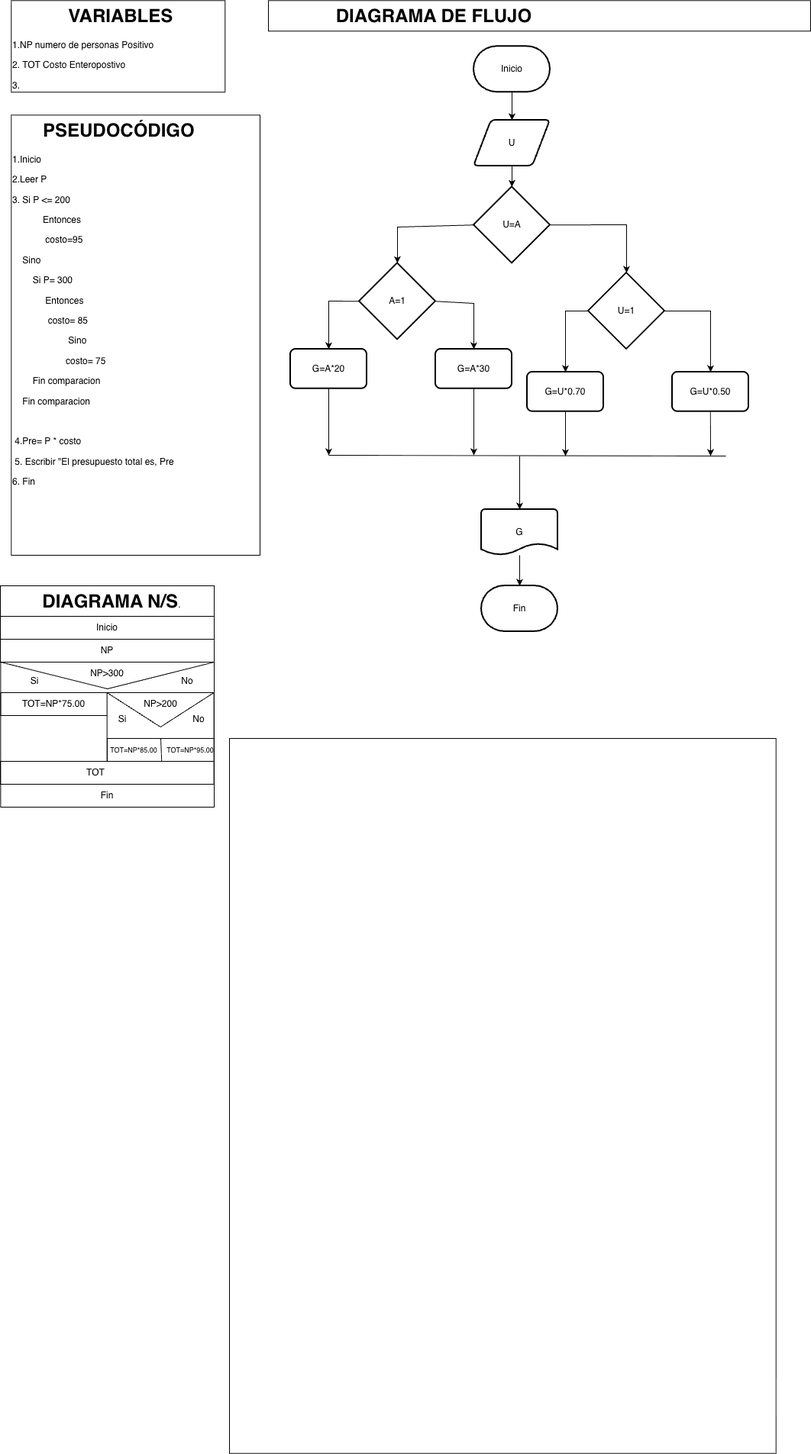
Before: Estructuras Selectivas/Copia de ejercicio_07_JoseIgnaciodrawio.png, a diagram exported from draw.io (josecontrerasu-bit/jicu). Source tidied: cells renumbered, new cells last; positions are measured from the earlier drawing's top-left corner, leaving out a move shared by most shapes.
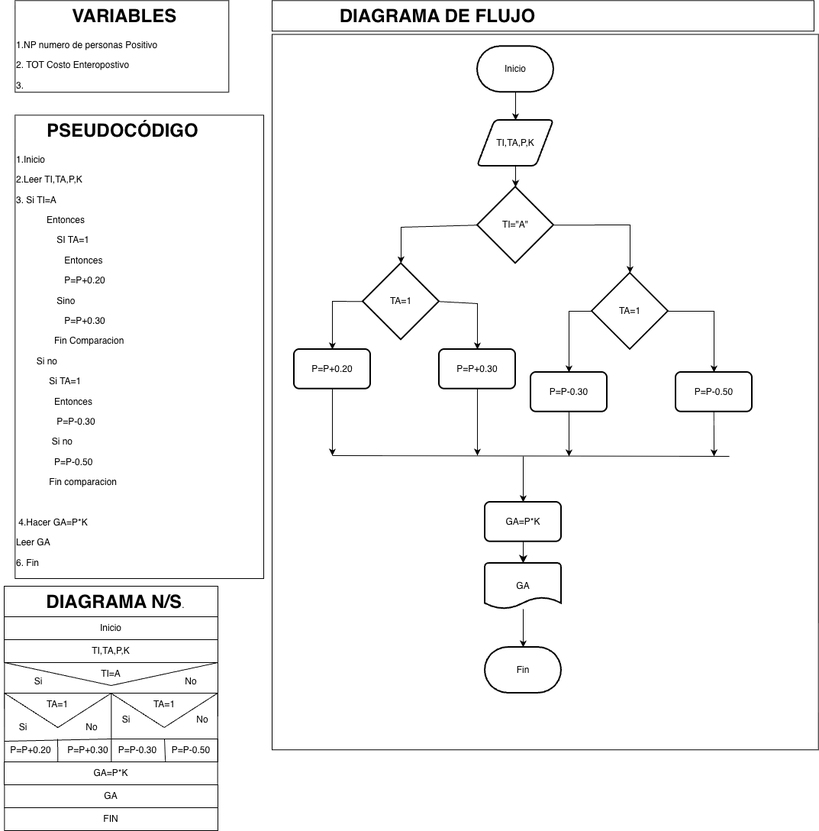
The same diagram one commit later.

Change to the diagram source:
```diff
@@ -3,10 +3,10 @@
     <mxCell id="0" />
     <mxCell id="1" parent="0" />
     <mxCell id="2" style="shape=message;html=1;html=1;labelPosition=center;verticalLabelPosition=bottom;align=center;verticalAlign=top;rotation=0;fillColor=none;" parent="1" vertex="1">
-      <mxGeometry x="0.4" y="867" width="279.6" height="70" as="geometry" />
+      <mxGeometry x="0.3" y="867" width="279.6" height="60" as="geometry" />
     </mxCell>
-    <mxCell id="3" value="&lt;h1 style=&quot;text-align: center; margin-top: 0px;&quot;&gt;&amp;nbsp; &amp;nbsp; &amp;nbsp; PSEUDOCÓDIGO&lt;/h1&gt;&lt;p&gt;1.Inicio&lt;/p&gt;&lt;p&gt;&lt;span style=&quot;background-color: transparent; color: light-dark(rgb(0, 0, 0), rgb(255, 255, 255));&quot;&gt;2.Leer P&lt;/span&gt;&lt;/p&gt;&lt;p&gt;3. Si P &amp;lt;= 200&amp;nbsp;&lt;/p&gt;&lt;p&gt;&amp;nbsp; &amp;nbsp; &amp;nbsp; &amp;nbsp; &amp;nbsp; &amp;nbsp; E&lt;span style=&quot;background-color: transparent; color: light-dark(rgb(0, 0, 0), rgb(255, 255, 255));&quot;&gt;ntonces&lt;/span&gt;&lt;/p&gt;&lt;p&gt;&amp;nbsp; &amp;nbsp; &amp;nbsp; &amp;nbsp; &amp;nbsp; &amp;nbsp; &amp;nbsp;costo=95&lt;/p&gt;&lt;p&gt;&amp;nbsp; &amp;nbsp; Sino&lt;/p&gt;&lt;p&gt;&amp;nbsp; &amp;nbsp; &amp;nbsp; &amp;nbsp; Si P= 300&amp;nbsp;&lt;/p&gt;&lt;p&gt;&lt;span style=&quot;background-color: transparent; color: light-dark(rgb(0, 0, 0), rgb(255, 255, 255));&quot;&gt;&amp;nbsp; &amp;nbsp; &amp;nbsp; &amp;nbsp; &amp;nbsp; &amp;nbsp; &amp;nbsp;Entonces&lt;/span&gt;&lt;/p&gt;&lt;p&gt;&amp;nbsp; &amp;nbsp; &amp;nbsp; &amp;nbsp; &amp;nbsp; &amp;nbsp; &amp;nbsp; costo= 85&lt;/p&gt;&lt;p&gt;&amp;nbsp; &amp;nbsp; &amp;nbsp; &amp;nbsp; &amp;nbsp; &amp;nbsp; &amp;nbsp; &amp;nbsp; &amp;nbsp; &amp;nbsp; &amp;nbsp; Sino&lt;/p&gt;&lt;p&gt;&amp;nbsp; &amp;nbsp; &amp;nbsp; &amp;nbsp; &amp;nbsp; &amp;nbsp; &amp;nbsp; &amp;nbsp; &amp;nbsp; &amp;nbsp; &amp;nbsp;costo= 75&lt;/p&gt;&lt;p&gt;&amp;nbsp; &amp;nbsp; &amp;nbsp; &amp;nbsp; Fin comparacion&amp;nbsp;&lt;/p&gt;&lt;p&gt;&amp;nbsp; &amp;nbsp; Fin comparacion&lt;/p&gt;&lt;p&gt;&lt;br&gt;&lt;/p&gt;&lt;p&gt;&amp;nbsp;4.Pre= P * costo&lt;/p&gt;&lt;p&gt;&lt;span style=&quot;background-color: transparent; color: light-dark(rgb(0, 0, 0), rgb(255, 255, 255));&quot;&gt;&amp;nbsp;5. Escribir &quot;El presupuesto total es, Pre&lt;/span&gt;&lt;/p&gt;&lt;p&gt;&lt;span style=&quot;background-color: transparent; color: light-dark(rgb(0, 0, 0), rgb(255, 255, 255));&quot;&gt;6. Fin&lt;/span&gt;&lt;/p&gt;&lt;p&gt;&lt;br&gt;&lt;/p&gt;" style="text;html=1;whiteSpace=wrap;overflow=hidden;rounded=0;perimeterSpacing=1;strokeColor=default;" parent="1" vertex="1">
-      <mxGeometry x="14.3" y="150.3" width="325.7" height="576.7" as="geometry" />
+    <mxCell id="3" value="&lt;h1 style=&quot;text-align: center; margin-top: 0px;&quot;&gt;&amp;nbsp; &amp;nbsp; &amp;nbsp; PSEUDOCÓDIGO&lt;/h1&gt;&lt;p&gt;1.Inicio&lt;/p&gt;&lt;p&gt;&lt;span style=&quot;background-color: transparent; color: light-dark(rgb(0, 0, 0), rgb(255, 255, 255));&quot;&gt;2.Leer TI,TA,P,K&lt;/span&gt;&lt;/p&gt;&lt;p&gt;3. Si TI=A&amp;nbsp;&lt;/p&gt;&lt;p&gt;&amp;nbsp; &amp;nbsp; &amp;nbsp; &amp;nbsp; &amp;nbsp; &amp;nbsp; E&lt;span style=&quot;background-color: transparent; color: light-dark(rgb(0, 0, 0), rgb(255, 255, 255));&quot;&gt;ntonces&lt;/span&gt;&lt;/p&gt;&lt;p&gt;&amp;nbsp; &amp;nbsp; &amp;nbsp; &amp;nbsp; &amp;nbsp; &amp;nbsp; &amp;nbsp; &amp;nbsp; SI TA=1&lt;/p&gt;&lt;p&gt;&amp;nbsp; &amp;nbsp; &amp;nbsp; &amp;nbsp; &amp;nbsp; &amp;nbsp; &amp;nbsp; &amp;nbsp; &amp;nbsp; &amp;nbsp;Entonces&lt;/p&gt;&lt;p&gt;&amp;nbsp; &amp;nbsp; &amp;nbsp; &amp;nbsp; &amp;nbsp; &amp;nbsp; &amp;nbsp; &amp;nbsp; &amp;nbsp; &amp;nbsp;P=P+0.20&lt;/p&gt;&lt;p&gt;&amp;nbsp; &amp;nbsp; &amp;nbsp; &amp;nbsp; &amp;nbsp; &amp;nbsp; &amp;nbsp; &amp;nbsp; Sino&lt;/p&gt;&lt;p&gt;&amp;nbsp; &amp;nbsp; &amp;nbsp; &amp;nbsp; &amp;nbsp; &amp;nbsp; &amp;nbsp; &amp;nbsp; &amp;nbsp; &amp;nbsp;P=P+0.30&lt;/p&gt;&lt;p&gt;&amp;nbsp; &amp;nbsp; &amp;nbsp; &amp;nbsp; &amp;nbsp; &amp;nbsp; &amp;nbsp; &amp;nbsp;Fin Comparacion&lt;/p&gt;&lt;p&gt;&amp;nbsp; &amp;nbsp; &amp;nbsp; &amp;nbsp; Si no&lt;/p&gt;&lt;p&gt;&amp;nbsp; &amp;nbsp; &amp;nbsp; &amp;nbsp; &amp;nbsp; &amp;nbsp; &amp;nbsp;Si TA=1&lt;/p&gt;&lt;p&gt;&amp;nbsp; &amp;nbsp; &amp;nbsp; &amp;nbsp; &amp;nbsp; &amp;nbsp; &amp;nbsp; &amp;nbsp;Entonces&lt;/p&gt;&lt;p&gt;&amp;nbsp; &amp;nbsp; &amp;nbsp; &amp;nbsp; &amp;nbsp; &amp;nbsp; &amp;nbsp; &amp;nbsp; P=P-0.30&lt;/p&gt;&lt;p&gt;&amp;nbsp; &amp;nbsp; &amp;nbsp; &amp;nbsp; &amp;nbsp; &amp;nbsp; &amp;nbsp; Si no&lt;/p&gt;&lt;p&gt;&amp;nbsp; &amp;nbsp; &amp;nbsp; &amp;nbsp; &amp;nbsp; &amp;nbsp; &amp;nbsp; &amp;nbsp;P=P-0.50&lt;/p&gt;&lt;p&gt;&amp;nbsp; &amp;nbsp; &amp;nbsp; &amp;nbsp; &amp;nbsp; &amp;nbsp; &amp;nbsp;Fin comparacion&lt;/p&gt;&lt;p&gt;&lt;br&gt;&lt;/p&gt;&lt;p&gt;&amp;nbsp;4.Hacer GA=P*K&lt;/p&gt;&lt;p&gt;Leer GA&lt;/p&gt;&lt;p&gt;&lt;span style=&quot;background-color: transparent; color: light-dark(rgb(0, 0, 0), rgb(255, 255, 255));&quot;&gt;6. Fin&lt;/span&gt;&lt;/p&gt;&lt;p&gt;&lt;br&gt;&lt;/p&gt;" style="text;html=1;whiteSpace=wrap;overflow=hidden;rounded=0;perimeterSpacing=1;strokeColor=default;" parent="1" vertex="1">
+      <mxGeometry x="14.3" y="150.3" width="325.7" height="606.7" as="geometry" />
     </mxCell>
     <mxCell id="4" value="&lt;h1 style=&quot;text-align: center; margin-top: 0px;&quot;&gt;&amp;nbsp; &amp;nbsp; &amp;nbsp; &amp;nbsp; &amp;nbsp; &amp;nbsp;VARIABLES&lt;/h1&gt;&lt;p&gt;1.NP numero de personas Positivo&lt;/p&gt;&lt;p&gt;2. TOT Costo Enteropostivo&lt;/p&gt;&lt;p&gt;3.&lt;/p&gt;&lt;p&gt;4.&lt;/p&gt;&lt;p&gt;5.&lt;/p&gt;&lt;p&gt;&lt;br&gt;&lt;/p&gt;" style="text;html=1;whiteSpace=wrap;overflow=hidden;rounded=0;perimeterSpacing=1;strokeColor=default;" parent="1" vertex="1">
       <mxGeometry x="14.3" y="0.3" width="280" height="120" as="geometry" />
@@ -17,29 +17,23 @@
     <mxCell id="6" value="Inicio" style="rounded=0;whiteSpace=wrap;html=1;fillColor=none;" parent="1" vertex="1">
       <mxGeometry y="807" width="280" height="30" as="geometry" />
     </mxCell>
-    <mxCell id="7" value="NP" style="rounded=0;whiteSpace=wrap;html=1;fillColor=none;" parent="1" vertex="1">
+    <mxCell id="7" value="TI,TA,P,K" style="rounded=0;whiteSpace=wrap;html=1;fillColor=none;" parent="1" vertex="1">
       <mxGeometry y="837" width="280" height="30" as="geometry" />
     </mxCell>
-    <mxCell id="8" style="rounded=0;whiteSpace=wrap;html=1;fillColor=none;" parent="1" vertex="1">
-      <mxGeometry x="0.3" y="937" width="279.6" height="90" as="geometry" />
-    </mxCell>
     <mxCell id="9" style="rounded=0;whiteSpace=wrap;html=1;fillColor=none;" parent="1" vertex="1">
       <mxGeometry y="997" width="279.6" height="30" as="geometry" />
     </mxCell>
-    <mxCell id="10" value="TOT=NP*75.00" style="rounded=0;whiteSpace=wrap;html=1;fillColor=none;" parent="1" vertex="1">
-      <mxGeometry x="0.4" y="907" width="140" height="30" as="geometry" />
-    </mxCell>
     <mxCell id="11" style="rounded=0;whiteSpace=wrap;html=1;fillColor=none;" parent="1" vertex="1">
       <mxGeometry x="140.4" y="907" width="139.7" height="30" as="geometry" />
     </mxCell>
-    <mxCell id="12" value="NP&amp;gt;300" style="text;html=1;whiteSpace=wrap;strokeColor=none;fillColor=none;align=center;verticalAlign=middle;rounded=0;" parent="1" vertex="1">
-      <mxGeometry x="105" y="867" width="70" height="30" as="geometry" />
+    <mxCell id="12" value="TI=A" style="text;html=1;whiteSpace=wrap;strokeColor=none;fillColor=none;align=center;verticalAlign=middle;rounded=0;" parent="1" vertex="1">
+      <mxGeometry x="115" y="867" width="50" height="30" as="geometry" />
     </mxCell>
     <mxCell id="13" value="&lt;h1 style=&quot;text-align: center; margin-top: 0px;&quot;&gt;&amp;nbsp; &amp;nbsp; &amp;nbsp; &amp;nbsp; &amp;nbsp; &amp;nbsp; &amp;nbsp;DIAGRAMA DE FLUJO&lt;/h1&gt;&lt;p&gt;&lt;br&gt;&lt;/p&gt;" style="text;html=1;whiteSpace=wrap;overflow=hidden;rounded=0;perimeterSpacing=1;strokeColor=default;" parent="1" vertex="1">
       <mxGeometry x="351" y="0.3" width="710" height="40" as="geometry" />
     </mxCell>
     <mxCell id="14" style="rounded=0;whiteSpace=wrap;html=1;fillColor=none;" parent="1" vertex="1">
-      <mxGeometry x="300" y="967" width="715.7" height="936.7" as="geometry" />
+      <mxGeometry x="351" y="44.5" width="715.7" height="936.7" as="geometry" />
     </mxCell>
     <mxCell id="15" style="edgeStyle=orthogonalEdgeStyle;rounded=0;jettySize=auto;html=1;" parent="1" edge="1" source="16" target="18">
       <mxGeometry relative="1" as="geometry" />
@@ -50,29 +44,29 @@
     <mxCell id="17" style="edgeStyle=orthogonalEdgeStyle;rounded=0;jettySize=auto;html=1;" parent="1" edge="1" source="18" target="19">
       <mxGeometry relative="1" as="geometry" />
     </mxCell>
-    <mxCell id="18" value="U" style="shape=parallelogram;html=1;strokeWidth=2;perimeter=parallelogramPerimeter;whiteSpace=wrap;rounded=1;arcSize=12;size=0.23;" parent="1" vertex="1">
+    <mxCell id="18" value="TI,TA,P,K" style="shape=parallelogram;html=1;strokeWidth=2;perimeter=parallelogramPerimeter;whiteSpace=wrap;rounded=1;arcSize=12;size=0.23;" parent="1" vertex="1">
       <mxGeometry x="620" y="157" width="100" height="60" as="geometry" />
     </mxCell>
-    <mxCell id="19" value="U=A" style="strokeWidth=2;html=1;shape=mxgraph.flowchart.decision;whiteSpace=wrap;" parent="1" vertex="1">
+    <mxCell id="19" value="TI=&quot;A&quot;" style="strokeWidth=2;html=1;shape=mxgraph.flowchart.decision;whiteSpace=wrap;" parent="1" vertex="1">
       <mxGeometry x="620" y="244.3" width="100" height="100" as="geometry" />
     </mxCell>
-    <mxCell id="20" value="U=1" style="strokeWidth=2;html=1;shape=mxgraph.flowchart.decision;whiteSpace=wrap;" parent="1" vertex="1">
+    <mxCell id="20" value="TA=1" style="strokeWidth=2;html=1;shape=mxgraph.flowchart.decision;whiteSpace=wrap;" parent="1" vertex="1">
       <mxGeometry x="770" y="357" width="100" height="100" as="geometry" />
     </mxCell>
-    <mxCell id="21" value="G=U*0.70" style="rounded=1;whiteSpace=wrap;html=1;absoluteArcSize=1;arcSize=14;strokeWidth=2;" parent="1" vertex="1">
+    <mxCell id="21" value="P=P-0.30" style="rounded=1;whiteSpace=wrap;html=1;absoluteArcSize=1;arcSize=14;strokeWidth=2;" parent="1" vertex="1">
       <mxGeometry x="690" y="487" width="100" height="51.7" as="geometry" />
     </mxCell>
-    <mxCell id="22" value="G=U*0.50" style="rounded=1;whiteSpace=wrap;html=1;absoluteArcSize=1;arcSize=14;strokeWidth=2;" parent="1" vertex="1">
+    <mxCell id="22" value="P=P-0.50" style="rounded=1;whiteSpace=wrap;html=1;absoluteArcSize=1;arcSize=14;strokeWidth=2;" parent="1" vertex="1">
       <mxGeometry x="880" y="487" width="100" height="51.7" as="geometry" />
     </mxCell>
     <mxCell id="23" style="edgeStyle=orthogonalEdgeStyle;rounded=0;jettySize=auto;html=1;" parent="1" edge="1" source="24" target="25">
       <mxGeometry relative="1" as="geometry" />
     </mxCell>
-    <mxCell id="24" value="G" style="strokeWidth=2;html=1;shape=mxgraph.flowchart.document2;whiteSpace=wrap;size=0.25;" parent="1" vertex="1">
-      <mxGeometry x="630" y="667" width="100" height="60" as="geometry" />
+    <mxCell id="24" value="GA" style="strokeWidth=2;html=1;shape=mxgraph.flowchart.document2;whiteSpace=wrap;size=0.25;" parent="1" vertex="1">
+      <mxGeometry x="630" y="737" width="100" height="60" as="geometry" />
     </mxCell>
     <mxCell id="25" value="Fin" style="strokeWidth=2;html=1;shape=mxgraph.flowchart.terminator;whiteSpace=wrap;" parent="1" vertex="1">
-      <mxGeometry x="630" y="767" width="100" height="60" as="geometry" />
+      <mxGeometry x="630" y="847" width="100" height="60" as="geometry" />
     </mxCell>
     <mxCell id="26" style="endArrow=classic;html=1;rounded=0;exitX=0;exitY=0.5;exitDx=0;exitDy=0;exitPerimeter=0;entryX=0.5;entryY=0;entryDx=0;entryDy=0;entryPerimeter=0;" parent="1" edge="1" source="19" target="52">
       <mxGeometry relative="1" as="geometry">
@@ -113,9 +107,10 @@
         <mxPoint x="930" y="597" as="targetPoint" />
       </mxGeometry>
     </mxCell>
-    <mxCell id="32" style="endArrow=classic;html=1;rounded=0;entryX=0.5;entryY=0;entryDx=0;entryDy=0;entryPerimeter=0;" parent="1" edge="1" target="24">
+    <mxCell id="32" style="endArrow=classic;html=1;rounded=0;" parent="1" edge="1">
       <mxGeometry relative="1" as="geometry">
         <mxPoint x="680" y="597" as="sourcePoint" />
+        <mxPoint x="680" y="657" as="targetPoint" />
         <Array as="points">
           <mxPoint x="680" y="627" />
         </Array>
@@ -139,28 +134,24 @@
     <mxCell id="38" value="Si" style="text;html=1;whiteSpace=wrap;strokeColor=none;fillColor=none;align=center;verticalAlign=middle;rounded=0;" parent="1" vertex="1">
       <mxGeometry x="145" y="927" width="30" height="30" as="geometry" />
     </mxCell>
-    <mxCell id="39" value="NP&amp;gt;200" style="text;html=1;whiteSpace=wrap;strokeColor=none;fillColor=none;align=center;verticalAlign=middle;rounded=0;" parent="1" vertex="1">
-      <mxGeometry x="175" y="907" width="70" height="30" as="geometry" />
+    <mxCell id="39" value="TA=1" style="text;html=1;whiteSpace=wrap;strokeColor=none;fillColor=none;align=center;verticalAlign=middle;rounded=0;" parent="1" vertex="1">
+      <mxGeometry x="185" y="907" width="50" height="30" as="geometry" />
     </mxCell>
-    <mxCell id="40" style="endArrow=none;html=1;rounded=0;exitX=0.5;exitY=0;exitDx=0;exitDy=0;entryX=0.903;entryY=1.014;entryDx=0;entryDy=0;entryPerimeter=0;" parent="1" edge="1" source="36" target="41">
-      <mxGeometry relative="1" as="geometry" />
+    <mxCell id="40" style="endArrow=none;html=1;rounded=0;exitX=0.5;exitY=0;exitDx=0;exitDy=0;entryX=0.903;entryY=1.014;entryDx=0;entryDy=0;entryPerimeter=0;" parent="1" edge="1" source="36">
+      <mxGeometry relative="1" as="geometry">
+        <mxPoint x="211.3" y="997.4" as="targetPoint" />
+      </mxGeometry>
     </mxCell>
-    <mxCell id="41" value="&lt;font style=&quot;font-size: 9px;&quot;&gt;TOT=NP*85.00&lt;/font&gt;" style="text;html=1;whiteSpace=wrap;strokeColor=none;fillColor=none;align=center;verticalAlign=middle;rounded=0;" parent="1" vertex="1">
-      <mxGeometry x="130" y="967" width="90" height="30" as="geometry" />
-    </mxCell>
-    <mxCell id="42" value="&lt;font style=&quot;font-size: 9px;&quot;&gt;TOT=NP*95.00&lt;/font&gt;" style="text;html=1;whiteSpace=wrap;strokeColor=none;fillColor=none;align=center;verticalAlign=middle;rounded=0;" parent="1" vertex="1">
-      <mxGeometry x="204" y="967" width="90" height="30" as="geometry" />
-    </mxCell>
     <mxCell id="43" style="rounded=0;whiteSpace=wrap;html=1;fillColor=none;" parent="1" vertex="1">
       <mxGeometry x="0.3" y="997" width="279.6" as="geometry" />
     </mxCell>
-    <mxCell id="44" value="TOT" style="text;html=1;whiteSpace=wrap;strokeColor=none;fillColor=none;align=center;verticalAlign=middle;rounded=0;" parent="1" vertex="1">
-      <mxGeometry x="100" y="997" width="50" height="30" as="geometry" />
+    <mxCell id="44" value="GA=P*K" style="text;html=1;whiteSpace=wrap;strokeColor=none;fillColor=none;align=center;verticalAlign=middle;rounded=0;" parent="1" vertex="1">
+      <mxGeometry x="105.2" y="997" width="70" height="30" as="geometry" />
     </mxCell>
-    <mxCell id="45" value="Fin" style="rounded=0;whiteSpace=wrap;html=1;fillColor=none;" parent="1" vertex="1">
+    <mxCell id="45" value="GA" style="rounded=0;whiteSpace=wrap;html=1;fillColor=none;" parent="1" vertex="1">
       <mxGeometry x="0.3" y="1027" width="279.6" height="30" as="geometry" />
     </mxCell>
-    <mxCell id="46" value="G=A*20" style="rounded=1;whiteSpace=wrap;html=1;absoluteArcSize=1;arcSize=14;strokeWidth=2;" parent="1" vertex="1">
+    <mxCell id="46" value="P=P+0.20" style="rounded=1;whiteSpace=wrap;html=1;absoluteArcSize=1;arcSize=14;strokeWidth=2;" parent="1" vertex="1">
       <mxGeometry x="380" y="457" width="100" height="51.7" as="geometry" />
     </mxCell>
     <mxCell id="47" style="endArrow=classic;html=1;rounded=0;exitX=0;exitY=0.5;exitDx=0;exitDy=0;exitPerimeter=0;entryX=0.5;entryY=0;entryDx=0;entryDy=0;" parent="1" edge="1" source="52" target="46">
@@ -193,11 +184,52 @@
         <mxPoint x="950" y="597" as="targetPoint" />
       </mxGeometry>
     </mxCell>
-    <mxCell id="52" value="A=1" style="strokeWidth=2;html=1;shape=mxgraph.flowchart.decision;whiteSpace=wrap;" parent="1" vertex="1">
+    <mxCell id="52" value="TA=1" style="strokeWidth=2;html=1;shape=mxgraph.flowchart.decision;whiteSpace=wrap;" parent="1" vertex="1">
       <mxGeometry x="470" y="344.3" width="100" height="100" as="geometry" />
     </mxCell>
-    <mxCell id="53" value="G=A*30" style="rounded=1;whiteSpace=wrap;html=1;absoluteArcSize=1;arcSize=14;strokeWidth=2;" parent="1" vertex="1">
+    <mxCell id="53" value="P=P+0.30" style="rounded=1;whiteSpace=wrap;html=1;absoluteArcSize=1;arcSize=14;strokeWidth=2;" parent="1" vertex="1">
       <mxGeometry x="570" y="457" width="100" height="51.7" as="geometry" />
     </mxCell>
+    <mxCell id="54" style="shape=message;html=1;html=1;outlineConnect=0;labelPosition=center;verticalLabelPosition=bottom;align=center;verticalAlign=top;" parent="1" vertex="1">
+      <mxGeometry x="0.3" y="907" width="140" height="90" as="geometry" />
+    </mxCell>
+    <mxCell id="55" style="endArrow=none;html=1;rounded=0;fontSize=12;startSize=8;endSize=8;curved=1;entryX=0;entryY=0;entryDx=0;entryDy=0;exitX=0;exitY=0.7;exitDx=0;exitDy=0;" parent="1" edge="1" source="54" target="36">
+      <mxGeometry relative="1" as="geometry" />
+    </mxCell>
+    <mxCell id="56" style="endArrow=none;html=1;rounded=0;fontSize=12;startSize=8;endSize=8;curved=1;exitX=0.5;exitY=1;exitDx=0;exitDy=0;" parent="1" edge="1" source="54">
+      <mxGeometry relative="1" as="geometry">
+        <mxPoint x="70" y="967" as="targetPoint" />
+      </mxGeometry>
+    </mxCell>
+    <mxCell id="57" style="edgeStyle=none;curved=1;rounded=0;jettySize=auto;html=1;fontSize=12;startSize=8;endSize=8;entryX=0.5;entryY=0;entryDx=0;entryDy=0;entryPerimeter=0;" parent="1" edge="1" source="58" target="24">
+      <mxGeometry relative="1" as="geometry" />
+    </mxCell>
+    <mxCell id="58" value="GA=P*K" style="rounded=1;whiteSpace=wrap;html=1;absoluteArcSize=1;arcSize=14;strokeWidth=2;" parent="1" vertex="1">
+      <mxGeometry x="630" y="657" width="100" height="51.7" as="geometry" />
+    </mxCell>
+    <mxCell id="59" value="TA=1" style="text;html=1;whiteSpace=wrap;strokeColor=none;fillColor=none;align=center;verticalAlign=middle;rounded=0;" parent="1" vertex="1">
+      <mxGeometry x="45.3" y="907" width="50" height="30" as="geometry" />
+    </mxCell>
+    <mxCell id="60" value="Si" style="text;html=1;whiteSpace=wrap;strokeColor=none;fillColor=none;align=center;verticalAlign=middle;rounded=0;" parent="1" vertex="1">
+      <mxGeometry x="10" y="937" width="30" height="30" as="geometry" />
+    </mxCell>
+    <mxCell id="61" value="No" style="text;html=1;whiteSpace=wrap;strokeColor=none;fillColor=none;align=center;verticalAlign=middle;rounded=0;" parent="1" vertex="1">
+      <mxGeometry x="95.3" y="937" width="40" height="30" as="geometry" />
+    </mxCell>
+    <mxCell id="62" value="P=P+0.20" style="text;html=1;whiteSpace=wrap;strokeColor=none;fillColor=none;align=center;verticalAlign=middle;rounded=0;" parent="1" vertex="1">
+      <mxGeometry x="-5" y="967" width="80" height="30" as="geometry" />
+    </mxCell>
+    <mxCell id="63" value="P=P+0.30" style="text;html=1;whiteSpace=wrap;strokeColor=none;fillColor=none;align=center;verticalAlign=middle;rounded=0;" parent="1" vertex="1">
+      <mxGeometry x="70" y="967" width="80" height="30" as="geometry" />
+    </mxCell>
+    <mxCell id="64" value="P=P-0.30" style="text;html=1;whiteSpace=wrap;strokeColor=none;fillColor=none;align=center;verticalAlign=middle;rounded=0;" parent="1" vertex="1">
+      <mxGeometry x="140.4" y="967" width="70" height="30" as="geometry" />
+    </mxCell>
+    <mxCell id="65" value="P=P-0.50" style="text;html=1;whiteSpace=wrap;strokeColor=none;fillColor=none;align=center;verticalAlign=middle;rounded=0;" parent="1" vertex="1">
+      <mxGeometry x="210" y="967" width="70" height="30" as="geometry" />
+    </mxCell>
+    <mxCell id="66" value="FIN" style="rounded=0;whiteSpace=wrap;html=1;fillColor=none;" parent="1" vertex="1">
+      <mxGeometry x="0.3" y="1057" width="279.6" height="30" as="geometry" />
+    </mxCell>
   </root>
 </mxGraphModel>
```
